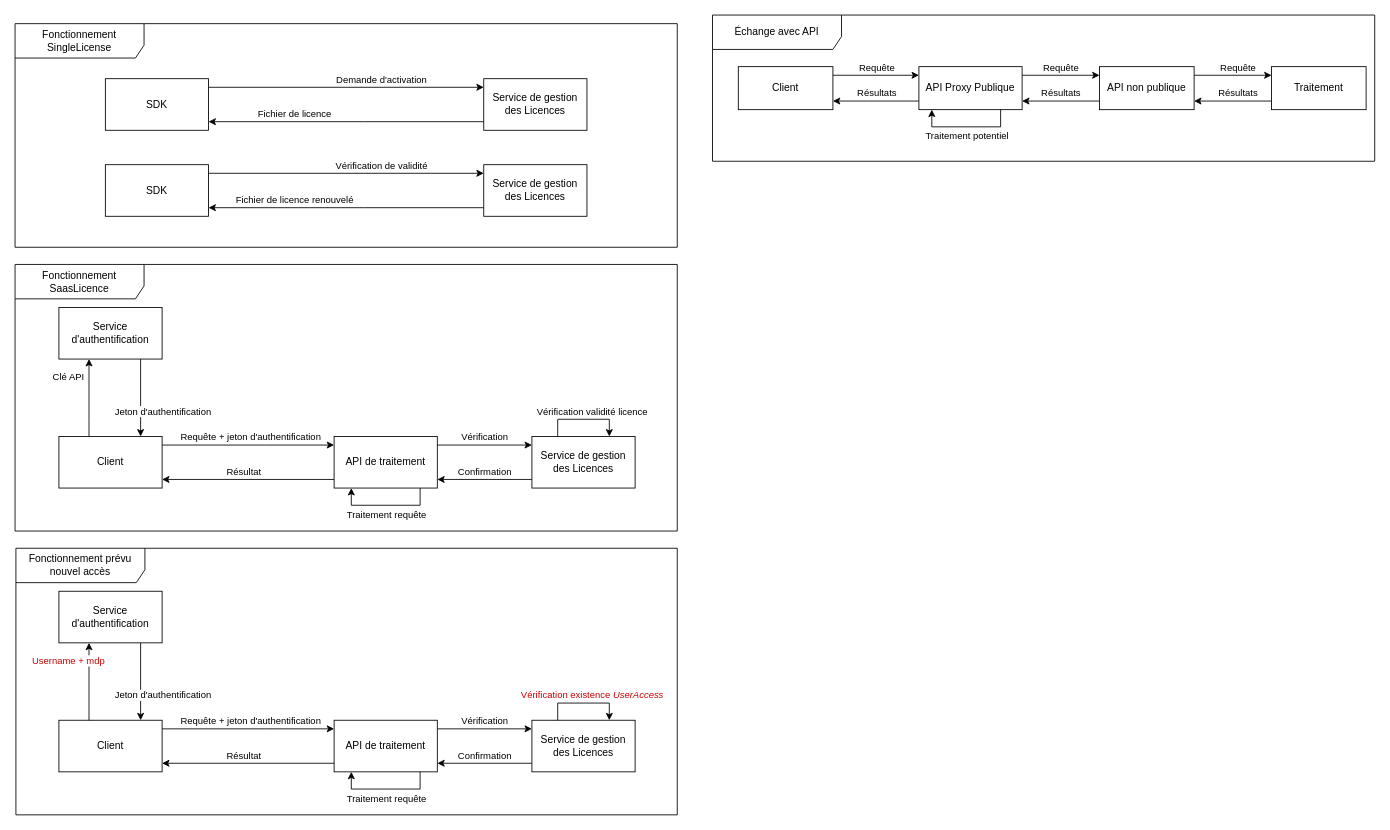
Above: Diagramme sans nom.drawio in Smaxxe/ProjetStage (draw.io), before the change. Source tidied: cells renumbered, new cells numbered last; positions are measured from the earlier drawing's top-left corner, leaving out a move shared by most shapes. Both pictures are drawn from the tidied source at 86%, with x=0, y=0 at pixel (15, 15).
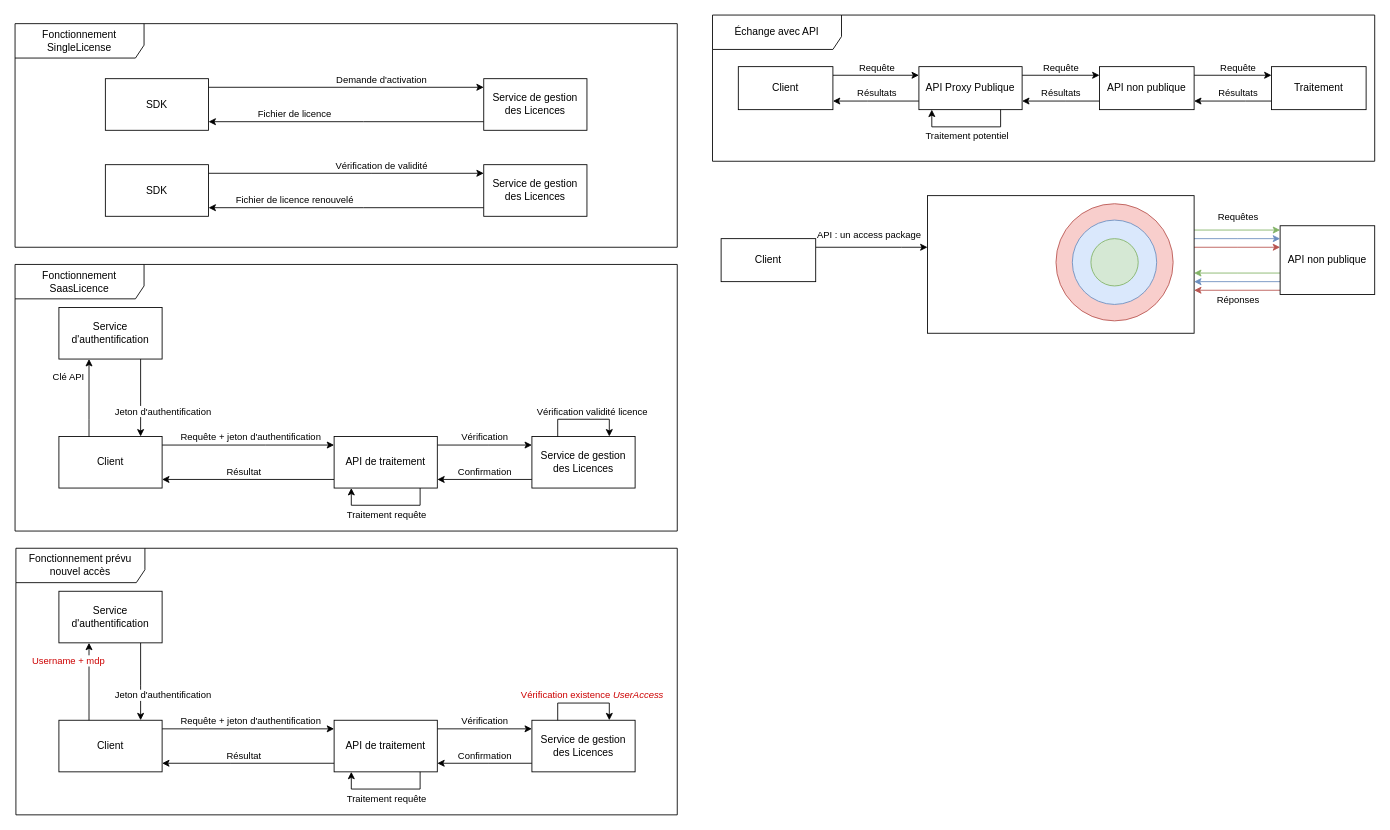
The same page after the edit.

Commit message:
Mettre à jour Diagramme sans nom.drawio

Change to the diagram source:
```diff
@@
+    <mxCell id="76" style="edgeStyle=orthogonalEdgeStyle;rounded=0;jettySize=auto;html=1;" parent="1" edge="1" source="78" target="83">
+      <mxGeometry relative="1" as="geometry">
+        <Array as="points">
+          <mxPoint x="1031" y="270" />
+          <mxPoint x="1031" y="270" />
+        </Array>
+      </mxGeometry>
+    </mxCell>
+    <mxCell id="77" value="API : un access package" style="edgeLabel;html=1;align=center;verticalAlign=middle;" parent="76" vertex="1">
+      <mxGeometry x="0.29" y="-1" relative="1" as="geometry">
+        <mxPoint x="-23" y="-16" as="offset" />
+      </mxGeometry>
+    </mxCell>
+    <mxCell id="78" value="Client" style="rounded=0;whiteSpace=wrap;html=1;" parent="1" vertex="1">
+      <mxGeometry x="821" y="260" width="110" height="50" as="geometry" />
+    </mxCell>
+    <mxCell id="79" style="edgeStyle=orthogonalEdgeStyle;rounded=0;jettySize=auto;html=1;fillColor=#d5e8d4;strokeColor=#82b366;" parent="1" edge="1" source="83" target="88">
+      <mxGeometry relative="1" as="geometry">
+        <Array as="points">
+          <mxPoint x="1421" y="250" />
+          <mxPoint x="1421" y="250" />
+        </Array>
+      </mxGeometry>
+    </mxCell>
+    <mxCell id="80" value="Requêtes" style="edgeLabel;html=1;align=center;verticalAlign=middle;" parent="79" vertex="1">
+      <mxGeometry x="0.12" y="1" relative="1" as="geometry">
+        <mxPoint x="-6" y="-15" as="offset" />
+      </mxGeometry>
+    </mxCell>
+    <mxCell id="81" style="edgeStyle=orthogonalEdgeStyle;rounded=0;jettySize=auto;html=1;fillColor=#dae8fc;strokeColor=#6c8ebf;" parent="1" edge="1" source="83" target="88">
+      <mxGeometry relative="1" as="geometry">
+        <Array as="points">
+          <mxPoint x="1421" y="260" />
+          <mxPoint x="1421" y="260" />
+        </Array>
+      </mxGeometry>
+    </mxCell>
+    <mxCell id="82" style="edgeStyle=orthogonalEdgeStyle;rounded=0;jettySize=auto;html=1;fillColor=#f8cecc;strokeColor=#b85450;" parent="1" edge="1" source="83" target="88">
+      <mxGeometry relative="1" as="geometry">
+        <Array as="points">
+          <mxPoint x="1421" y="270" />
+          <mxPoint x="1421" y="270" />
+        </Array>
+      </mxGeometry>
+    </mxCell>
+    <mxCell id="83" style="rounded=0;whiteSpace=wrap;html=1;" parent="1" vertex="1">
+      <mxGeometry x="1061" y="210" width="310" height="160" as="geometry" />
+    </mxCell>
+    <mxCell id="84" style="edgeStyle=orthogonalEdgeStyle;rounded=0;jettySize=auto;html=1;fillColor=#f8cecc;strokeColor=#b85450;" parent="1" edge="1" source="88" target="83">
+      <mxGeometry relative="1" as="geometry">
+        <Array as="points">
+          <mxPoint x="1421" y="320" />
+          <mxPoint x="1421" y="320" />
+        </Array>
+      </mxGeometry>
+    </mxCell>
+    <mxCell id="85" style="edgeStyle=orthogonalEdgeStyle;rounded=0;jettySize=auto;html=1;fillColor=#dae8fc;strokeColor=#6c8ebf;" parent="1" edge="1" source="88" target="83">
+      <mxGeometry relative="1" as="geometry">
+        <Array as="points">
+          <mxPoint x="1421" y="310" />
+          <mxPoint x="1421" y="310" />
+        </Array>
+      </mxGeometry>
+    </mxCell>
+    <mxCell id="86" style="edgeStyle=orthogonalEdgeStyle;rounded=0;jettySize=auto;html=1;fillColor=#d5e8d4;strokeColor=#82b366;" parent="1" edge="1" source="88" target="83">
+      <mxGeometry relative="1" as="geometry">
+        <Array as="points">
+          <mxPoint x="1421" y="300" />
+          <mxPoint x="1421" y="300" />
+        </Array>
+      </mxGeometry>
+    </mxCell>
+    <mxCell id="87" value="Réponses" style="edgeLabel;html=1;align=center;verticalAlign=middle;" parent="86" vertex="1">
+      <mxGeometry x="-0.14" y="-1" relative="1" as="geometry">
+        <mxPoint x="-7" y="31" as="offset" />
+      </mxGeometry>
+    </mxCell>
+    <mxCell id="88" value="API non publique" style="rounded=0;whiteSpace=wrap;html=1;" parent="1" vertex="1">
+      <mxGeometry x="1471" y="245" width="110" height="80" as="geometry" />
+    </mxCell>
+    <mxCell id="89" style="ellipse;whiteSpace=wrap;html=1;fillColor=#f8cecc;strokeColor=#b85450;" parent="1" vertex="1">
+      <mxGeometry x="1210.4" y="219.4" width="136.2" height="136.2" as="geometry" />
+    </mxCell>
+    <mxCell id="90" style="ellipse;whiteSpace=wrap;html=1;fillColor=#dae8fc;strokeColor=#6c8ebf;" parent="1" vertex="1">
+      <mxGeometry x="1229.4" y="238.4" width="98.1" height="98.1" as="geometry" />
+    </mxCell>
+    <mxCell id="91" style="ellipse;whiteSpace=wrap;html=1;fillColor=#d5e8d4;strokeColor=#82b366;" parent="1" vertex="1">
+      <mxGeometry x="1251" y="260" width="55" height="55" as="geometry" />
+    </mxCell>
```
